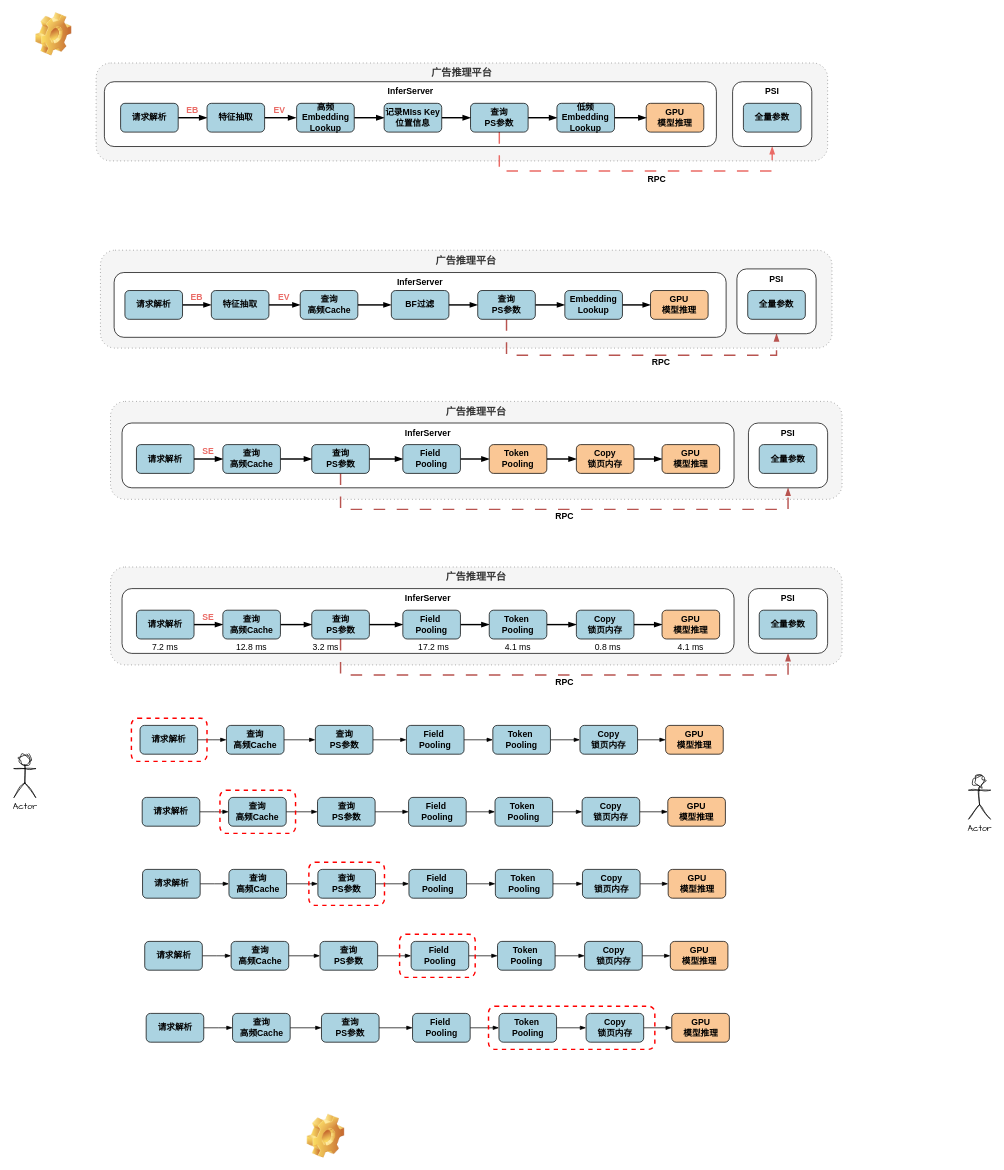
Earlier version of the draw.io diagram GprOptImpl.drawio (JackHsiung/totoro). Source tidied: cells renumbered, new cells numbered last; positions are measured from the earlier drawing's top-left corner, leaving out a move shared by most shapes. Both pictures are drawn from the tidied source at 72%, with x=0, y=0 at pixel (14, 12).
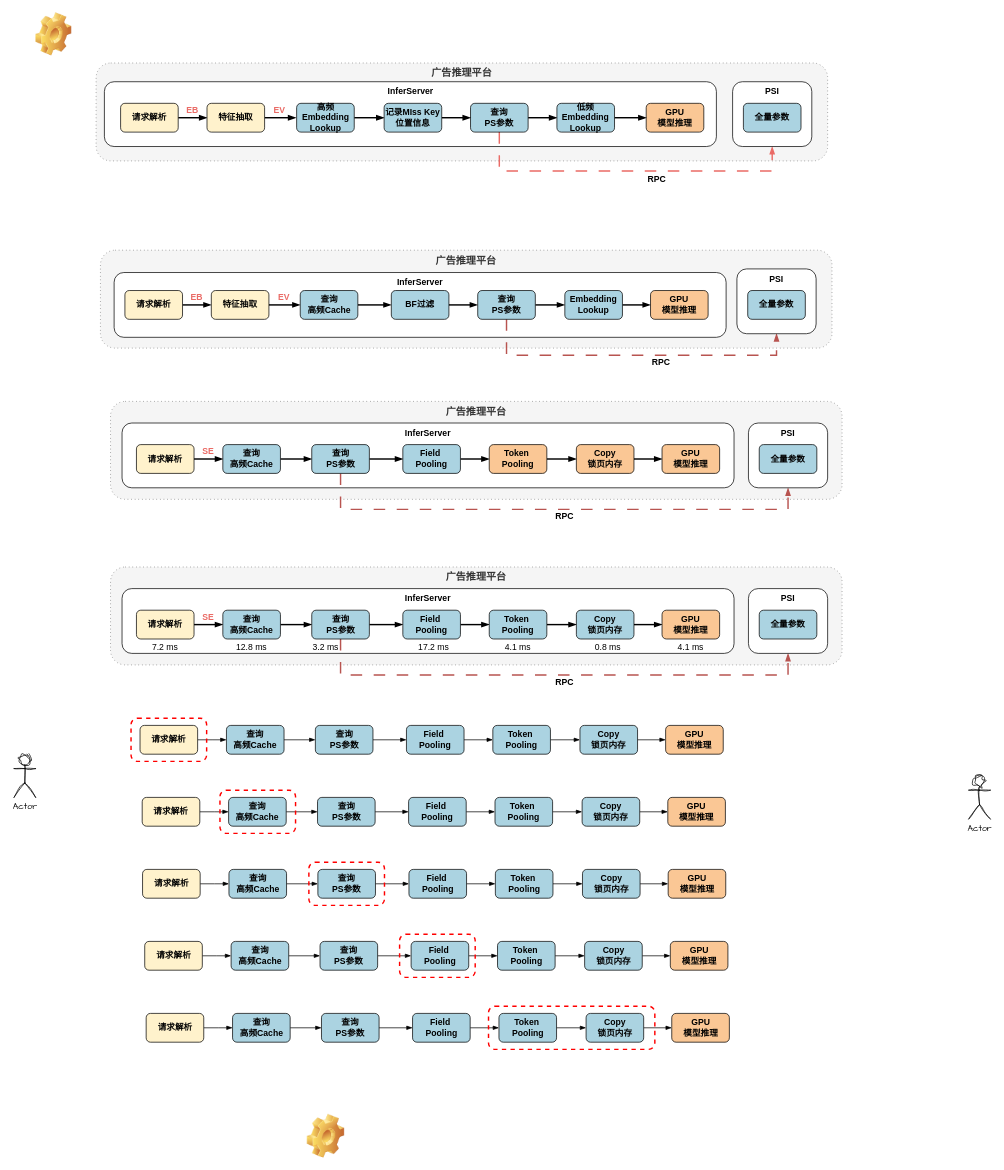
The same page after the edit.

The edit, as a diff of the source:
```diff
@@
-    <mxCell id="5" value="请求解析" style="rounded=1;whiteSpace=wrap;html=1;hachureGap=4;fontFamily=Helvetica;fontStyle=1;fillColor=#ABD3E1;" parent="1" vertex="1">
+    <mxCell id="5" value="请求解析" style="rounded=1;whiteSpace=wrap;html=1;hachureGap=4;fontFamily=Helvetica;fontStyle=1;fillColor=#FFF2CC;" parent="1" vertex="1">
       <mxGeometry x="170" y="830" width="80" height="40" as="geometry" />
     </mxCell>
@@
-    <mxCell id="19" value="请求解析" style="rounded=1;whiteSpace=wrap;html=1;hachureGap=4;fontFamily=Helvetica;fontStyle=1;fillColor=#ABD3E1;" parent="1" vertex="1">
+    <mxCell id="19" value="请求解析" style="rounded=1;whiteSpace=wrap;html=1;hachureGap=4;fontFamily=Helvetica;fontStyle=1;fillColor=#FFF2CC;" parent="1" vertex="1">
       <mxGeometry x="175" y="990" width="80" height="40" as="geometry" />
     </mxCell>
@@
-    <mxCell id="35" value="请求解析" style="rounded=1;whiteSpace=wrap;html=1;hachureGap=4;fontFamily=Helvetica;fontStyle=1;fillColor=#ABD3E1;" parent="1" vertex="1">
+    <mxCell id="35" value="请求解析" style="rounded=1;whiteSpace=wrap;html=1;hachureGap=4;fontFamily=Helvetica;fontStyle=1;fillColor=#FFF2CC;" parent="1" vertex="1">
       <mxGeometry x="178" y="1090" width="80" height="40" as="geometry" />
     </mxCell>
@@
-    <mxCell id="48" value="请求解析" style="rounded=1;whiteSpace=wrap;html=1;hachureGap=4;fontFamily=Helvetica;fontStyle=1;fillColor=#ABD3E1;" parent="1" vertex="1">
+    <mxCell id="48" value="请求解析" style="rounded=1;whiteSpace=wrap;html=1;hachureGap=4;fontFamily=Helvetica;fontStyle=1;fillColor=#FFF2CC;" parent="1" vertex="1">
       <mxGeometry x="178.5" y="1190" width="80" height="40" as="geometry" />
     </mxCell>
@@
-    <mxCell id="61" value="请求解析" style="rounded=1;whiteSpace=wrap;html=1;hachureGap=4;fontFamily=Helvetica;fontStyle=1;fillColor=#ABD3E1;" parent="1" vertex="1">
+    <mxCell id="61" value="请求解析" style="rounded=1;whiteSpace=wrap;html=1;hachureGap=4;fontFamily=Helvetica;fontStyle=1;fillColor=#FFF2CC;" parent="1" vertex="1">
       <mxGeometry x="181.5" y="1290" width="80" height="40" as="geometry" />
     </mxCell>
@@
     <mxCell id="73" style="rounded=1;whiteSpace=wrap;html=1;hachureGap=4;fontFamily=Architects Daughter;dashed=1;strokeColor=#FF0000;fillColor=none;strokeWidth=2;" parent="1" vertex="1">
-      <mxGeometry x="163" y="980" width="105" height="60" as="geometry" />
+      <mxGeometry x="162.5" y="980" width="105" height="60" as="geometry" />
     </mxCell>
@@
-    <mxCell id="78" value="请求解析" style="rounded=1;whiteSpace=wrap;html=1;hachureGap=4;fontFamily=Helvetica;fontStyle=1;fillColor=#ABD3E1;" parent="1" vertex="1">
+    <mxCell id="78" value="请求解析" style="rounded=1;whiteSpace=wrap;html=1;hachureGap=4;fontFamily=Helvetica;fontStyle=1;fillColor=#FFF2CC;" parent="1" vertex="1">
       <mxGeometry x="183.5" y="1390" width="80" height="40" as="geometry" />
     </mxCell>
@@
-    <mxCell id="97" value="请求解析" style="rounded=1;whiteSpace=wrap;html=1;hachureGap=4;fontFamily=Helvetica;fontStyle=1;fillColor=#ABD3E1;" parent="1" vertex="1">
+    <mxCell id="97" value="请求解析" style="rounded=1;whiteSpace=wrap;html=1;hachureGap=4;fontFamily=Helvetica;fontStyle=1;fillColor=#FFF2CC;" parent="1" vertex="1">
       <mxGeometry x="154" y="386" width="80" height="40" as="geometry" />
     </mxCell>
@@
-    <mxCell id="99" value="特征抽取" style="rounded=1;whiteSpace=wrap;html=1;hachureGap=4;fontFamily=Helvetica;fontStyle=1;fillColor=#ABD3E1;" parent="1" vertex="1">
+    <mxCell id="99" value="特征抽取" style="rounded=1;whiteSpace=wrap;html=1;hachureGap=4;fontFamily=Helvetica;fontStyle=1;fillColor=#FFF2CC;" parent="1" vertex="1">
       <mxGeometry x="274" y="386" width="80" height="40" as="geometry" />
     </mxCell>
@@
-    <mxCell id="120" value="请求解析" style="rounded=1;whiteSpace=wrap;html=1;hachureGap=4;fontFamily=Helvetica;fontStyle=1;fillColor=#ABD3E1;" parent="1" vertex="1">
+    <mxCell id="120" value="请求解析" style="rounded=1;whiteSpace=wrap;html=1;hachureGap=4;fontFamily=Helvetica;fontStyle=1;fillColor=#FFF2CC;" parent="1" vertex="1">
       <mxGeometry x="170" y="600" width="80" height="40" as="geometry" />
     </mxCell>
@@
-    <mxCell id="140" value="请求解析" style="rounded=1;whiteSpace=wrap;html=1;hachureGap=4;fontFamily=Helvetica;fontStyle=1;fillColor=#ABD3E1;" parent="1" vertex="1">
+    <mxCell id="140" value="请求解析" style="rounded=1;whiteSpace=wrap;html=1;hachureGap=4;fontFamily=Helvetica;fontStyle=1;fillColor=#FFF2CC;" parent="1" vertex="1">
       <mxGeometry x="148" y="126" width="80" height="40" as="geometry" />
     </mxCell>
@@
-    <mxCell id="142" value="特征抽取" style="rounded=1;whiteSpace=wrap;html=1;hachureGap=4;fontFamily=Helvetica;fontStyle=1;fillColor=#ABD3E1;" parent="1" vertex="1">
+    <mxCell id="142" value="特征抽取" style="rounded=1;whiteSpace=wrap;html=1;hachureGap=4;fontFamily=Helvetica;fontStyle=1;fillColor=#FFF2CC;" parent="1" vertex="1">
       <mxGeometry x="268" y="126" width="80" height="40" as="geometry" />
     </mxCell>
```
